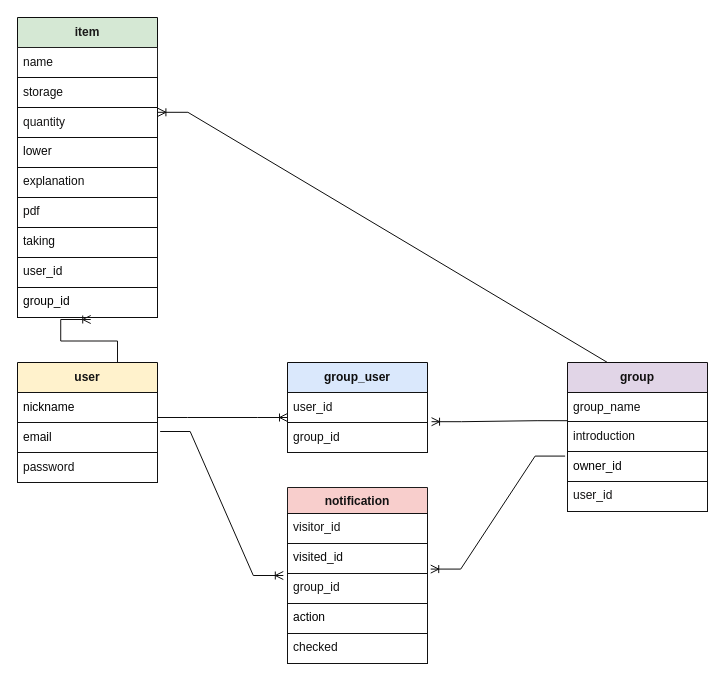
Earlier version of the draw.io diagram hermit_purple.dio (sken100627/hermit_purple). Source tidied: cells renumbered, new cells numbered last; positions are measured from the earlier drawing's top-left corner, leaving out a move shared by most shapes. Both pictures are drawn from the tidied source at 100%, with x=0, y=0 at pixel (17, 17).
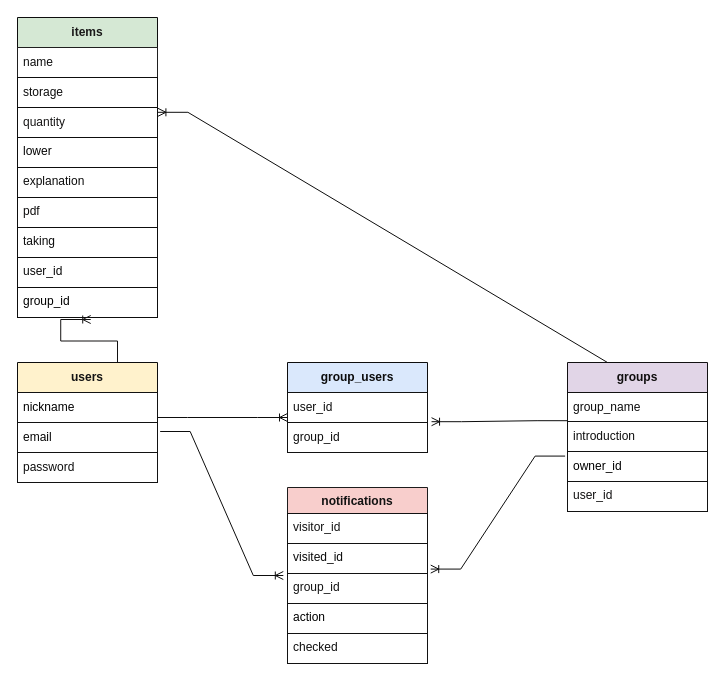
The same page after the edit.

Diff of the diagram source:
```diff
@@
-    <mxCell id="2" value="&lt;font color=&quot;#1a1919&quot;&gt;&lt;b&gt;item&lt;/b&gt;&lt;/font&gt;" style="swimlane;fontStyle=0;horizontal=1;startSize=30;whiteSpace=wrap;html=1;rounded=0;strokeColor=#0d0d0d;fillColor=#d5e8d4;" parent="1" vertex="1">
+    <mxCell id="2" value="&lt;font color=&quot;#1a1919&quot;&gt;&lt;b&gt;items&lt;/b&gt;&lt;/font&gt;" style="swimlane;fontStyle=0;horizontal=1;startSize=30;whiteSpace=wrap;html=1;rounded=0;strokeColor=#0d0d0d;fillColor=#d5e8d4;" parent="1" vertex="1">
       <mxGeometry width="140" height="300" as="geometry" />
     </mxCell>
@@
-    <mxCell id="12" value="&lt;font color=&quot;#141414&quot;&gt;&lt;b&gt;user&lt;/b&gt;&lt;/font&gt;" style="swimlane;fontStyle=0;horizontal=1;startSize=30;whiteSpace=wrap;html=1;rounded=0;strokeColor=#0d0d0d;fillColor=#fff2cc;" parent="1" vertex="1">
+    <mxCell id="12" value="&lt;font color=&quot;#141414&quot;&gt;&lt;b&gt;users&lt;/b&gt;&lt;/font&gt;" style="swimlane;fontStyle=0;horizontal=1;startSize=30;whiteSpace=wrap;html=1;rounded=0;strokeColor=#0d0d0d;fillColor=#fff2cc;" parent="1" vertex="1">
       <mxGeometry y="345" width="140" height="120" as="geometry" />
     </mxCell>
@@
-    <mxCell id="16" value="&lt;font color=&quot;#0d0d0d&quot;&gt;&lt;b&gt;group_user&lt;/b&gt;&lt;/font&gt;" style="swimlane;fontStyle=0;horizontal=1;startSize=30;whiteSpace=wrap;html=1;rounded=0;strokeColor=#0d0d0d;fillColor=#dae8fc;" parent="1" vertex="1">
+    <mxCell id="16" value="&lt;font color=&quot;#0d0d0d&quot;&gt;&lt;b&gt;group_users&lt;/b&gt;&lt;/font&gt;" style="swimlane;fontStyle=0;horizontal=1;startSize=30;whiteSpace=wrap;html=1;rounded=0;strokeColor=#0d0d0d;fillColor=#dae8fc;" parent="1" vertex="1">
       <mxGeometry x="270" y="345" width="140" height="90" as="geometry" />
     </mxCell>
@@
-    <mxCell id="19" value="&lt;font color=&quot;#100f0f&quot;&gt;&lt;b&gt;group&lt;/b&gt;&lt;/font&gt;" style="swimlane;fontStyle=0;horizontal=1;startSize=30;whiteSpace=wrap;html=1;rounded=0;strokeColor=#121112;fillColor=#e1d5e7;" parent="1" vertex="1">
+    <mxCell id="19" value="&lt;font color=&quot;#100f0f&quot;&gt;&lt;b&gt;groups&lt;/b&gt;&lt;/font&gt;" style="swimlane;fontStyle=0;horizontal=1;startSize=30;whiteSpace=wrap;html=1;rounded=0;strokeColor=#121112;fillColor=#e1d5e7;" parent="1" vertex="1">
       <mxGeometry x="550" y="345" width="140" height="149" as="geometry" />
     </mxCell>
@@
-    <mxCell id="28" value="notification" style="swimlane;fontStyle=1;horizontal=1;startSize=26;align=center;fontSize=12;rounded=0;strokeColor=#1c1c1c;fillColor=#f8cecc;fontColor=#121212;" parent="1" vertex="1">
+    <mxCell id="28" value="notifications" style="swimlane;fontStyle=1;horizontal=1;startSize=26;align=center;fontSize=12;rounded=0;strokeColor=#1c1c1c;fillColor=#f8cecc;fontColor=#121212;" parent="1" vertex="1">
       <mxGeometry x="270" y="470" width="140" height="176" as="geometry" />
     </mxCell>
```
